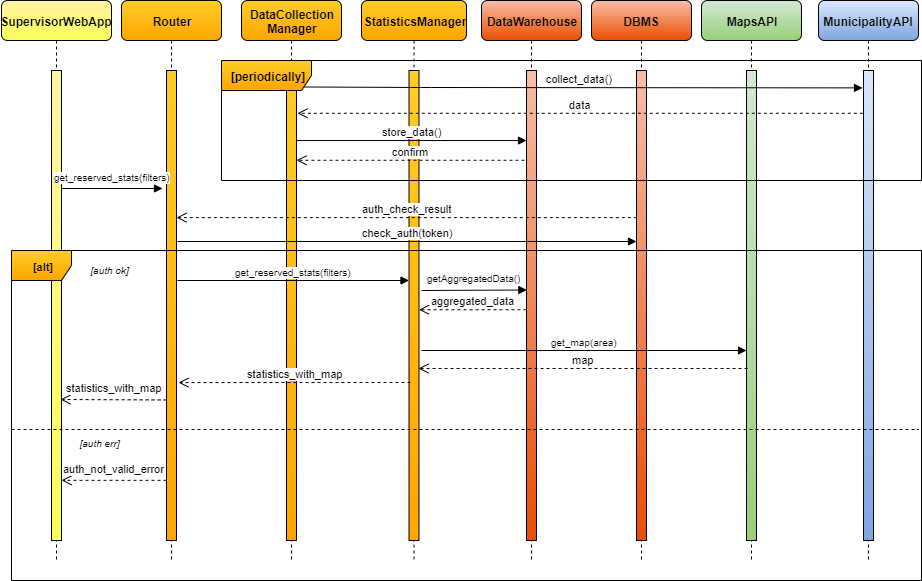
SimoneSartoni/SoftwareEngineering2 keeps this draw.io diagram as DD/img/ArchSequenceCheckStatistics.png. Above is the earlier version. Source tidied: cells renumbered, new cells last; positions are measured from the earlier drawing's top-left corner, leaving out a move shared by most shapes.
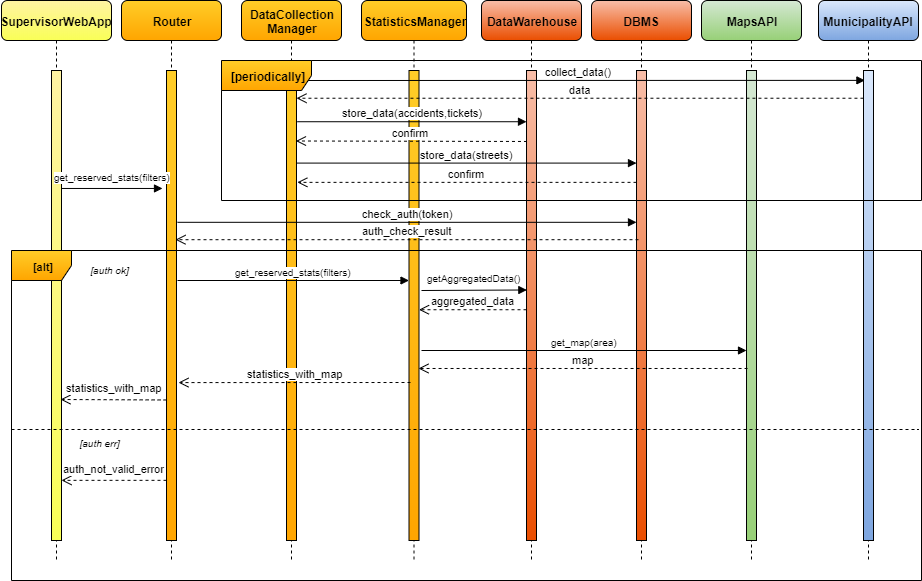
Above is the later version.

The edit, as a diff of the source:
```diff
@@ -47,10 +47,10 @@
     <mxCell id="16" style="html=1;points=[];perimeter=orthogonalPerimeter;fillColor=#DAE8FC;gradientColor=#7EA6E0;" parent="15" vertex="1">
       <mxGeometry x="45" y="70" width="10" height="470" as="geometry" />
     </mxCell>
-    <mxCell id="17" value="store_data()" style="html=1;verticalAlign=bottom;endArrow=block;exitX=1;exitY=0.149;exitDx=0;exitDy=0;exitPerimeter=0;" parent="1" edge="1" source="14" target="22">
+    <mxCell id="17" value="store_data(accidents,tickets)" style="html=1;verticalAlign=bottom;endArrow=block;exitX=1.083;exitY=0.109;exitDx=0;exitDy=0;exitPerimeter=0;" parent="1" edge="1" source="14" target="22">
       <mxGeometry relative="1" as="geometry" />
     </mxCell>
-    <mxCell id="18" value="confirm" style="html=1;verticalAlign=bottom;endArrow=open;dashed=1;endSize=8;exitX=-0.2;exitY=0.191;exitDx=0;exitDy=0;exitPerimeter=0;" parent="1" edge="1" source="22" target="14">
+    <mxCell id="18" value="confirm" style="html=1;verticalAlign=bottom;endArrow=open;dashed=1;endSize=8;exitX=0.048;exitY=0.151;exitDx=0;exitDy=0;exitPerimeter=0;entryX=0.945;entryY=0.15;entryDx=0;entryDy=0;entryPerimeter=0;" parent="1" edge="1" source="22" target="14">
       <mxGeometry relative="1" as="geometry" />
     </mxCell>
     <mxCell id="19" value="get_reserved_stats(filters)" style="html=1;verticalAlign=bottom;endArrow=block;entryX=-0.4;entryY=0.251;entryDx=0;entryDy=0;entryPerimeter=0;fontSize=10;spacingBottom=3;" parent="1" edge="1" source="5" target="3">
@@ -100,29 +100,31 @@
     <mxCell id="31" value="auth_not_valid_error" style="html=1;verticalAlign=bottom;endArrow=open;dashed=1;endSize=8;spacingBottom=3;entryX=1;entryY=0.872;entryDx=0;entryDy=0;entryPerimeter=0;" parent="1" edge="1" source="3" target="5">
       <mxGeometry relative="1" as="geometry" />
     </mxCell>
-    <mxCell id="32" value="collect_data()" style="html=1;verticalAlign=bottom;endArrow=block;exitX=1.033;exitY=0.035;exitDx=0;exitDy=0;exitPerimeter=0;entryX=-0.1;entryY=0.037;entryDx=0;entryDy=0;entryPerimeter=0;" parent="1" edge="1" source="14" target="16">
+    <mxCell id="32" value="collect_data()" style="html=1;verticalAlign=bottom;endArrow=block;entryX=0.141;entryY=0.021;entryDx=0;entryDy=0;entryPerimeter=0;" parent="1" edge="1" target="16">
       <mxGeometry relative="1" as="geometry">
-        <Array as="points">
-          <mxPoint x="420" y="87" />
-        </Array>
+        <mxPoint x="290" y="80" as="sourcePoint" />
       </mxGeometry>
     </mxCell>
-    <mxCell id="33" value="data" style="html=1;verticalAlign=bottom;endArrow=open;dashed=1;endSize=8;entryX=1.1;entryY=0.091;entryDx=0;entryDy=0;entryPerimeter=0;exitX=-0.067;exitY=0.091;exitDx=0;exitDy=0;exitPerimeter=0;" parent="1" edge="1" source="16" target="14">
+    <mxCell id="33" value="data" style="html=1;verticalAlign=bottom;endArrow=open;dashed=1;endSize=8;exitX=-0.006;exitY=0.059;exitDx=0;exitDy=0;exitPerimeter=0;" parent="1" edge="1" source="16" target="14">
       <mxGeometry relative="1" as="geometry" />
     </mxCell>
-    <mxCell id="34" value="auth_check_result" style="html=1;verticalAlign=bottom;endArrow=open;dashed=1;endSize=8;entryX=1;entryY=0.313;entryDx=0;entryDy=0;entryPerimeter=0;exitX=0.033;exitY=0.313;exitDx=0;exitDy=0;exitPerimeter=0;" parent="1" edge="1" source="10" target="3">
+    <mxCell id="34" value="auth_check_result" style="html=1;verticalAlign=bottom;endArrow=open;dashed=1;endSize=8;entryX=0.9;entryY=0.36;entryDx=0;entryDy=0;entryPerimeter=0;exitX=0.2;exitY=0.36;exitDx=0;exitDy=0;exitPerimeter=0;" parent="1" edge="1" source="10" target="3">
       <mxGeometry relative="1" as="geometry" />
     </mxCell>
-    <mxCell id="35" value="check_auth(token)" style="html=1;verticalAlign=bottom;endArrow=block;" parent="1" edge="1" target="10">
-      <mxGeometry relative="1" as="geometry">
-        <mxPoint x="176" y="241" as="sourcePoint" />
-      </mxGeometry>
+    <mxCell id="35" value="check_auth(token)" style="html=1;verticalAlign=bottom;endArrow=block;exitX=1.1;exitY=0.323;exitDx=0;exitDy=0;exitPerimeter=0;" parent="1" edge="1" source="3" target="10">
+      <mxGeometry relative="1" as="geometry" />
     </mxCell>
     <mxCell id="36" value="&lt;font style=&quot;font-size: 11px&quot;&gt;[alt]&lt;/font&gt;" style="shape=umlFrame;whiteSpace=wrap;html=1;fontSize=10;gradientColor=#ffa500;fillColor=#ffcd28;strokeColor=#000000;fontStyle=1;" parent="1" vertex="1">
       <mxGeometry x="10" y="250" width="910" height="330" as="geometry" />
     </mxCell>
+    <mxCell id="38" value="store_data(streets)" style="html=1;verticalAlign=bottom;endArrow=block;exitX=1.014;exitY=0.197;exitDx=0;exitDy=0;exitPerimeter=0;" parent="1" edge="1" source="14" target="10">
+      <mxGeometry relative="1" as="geometry" />
+    </mxCell>
+    <mxCell id="39" value="confirm" style="html=1;verticalAlign=bottom;endArrow=open;dashed=1;endSize=8;entryX=1.083;entryY=0.238;entryDx=0;entryDy=0;entryPerimeter=0;" parent="1" edge="1" source="10" target="14">
+      <mxGeometry relative="1" as="geometry" />
+    </mxCell>
     <mxCell id="37" value="[periodically]" style="shape=umlFrame;whiteSpace=wrap;html=1;gradientColor=#ffa500;fillColor=#ffcd28;strokeColor=#000000;width=90;height=30;fontStyle=1;" parent="1" vertex="1">
-      <mxGeometry x="220" y="60" width="700" height="120" as="geometry" />
+      <mxGeometry x="220" y="60" width="700" height="140" as="geometry" />
     </mxCell>
   </root>
 </mxGraphModel>
```
